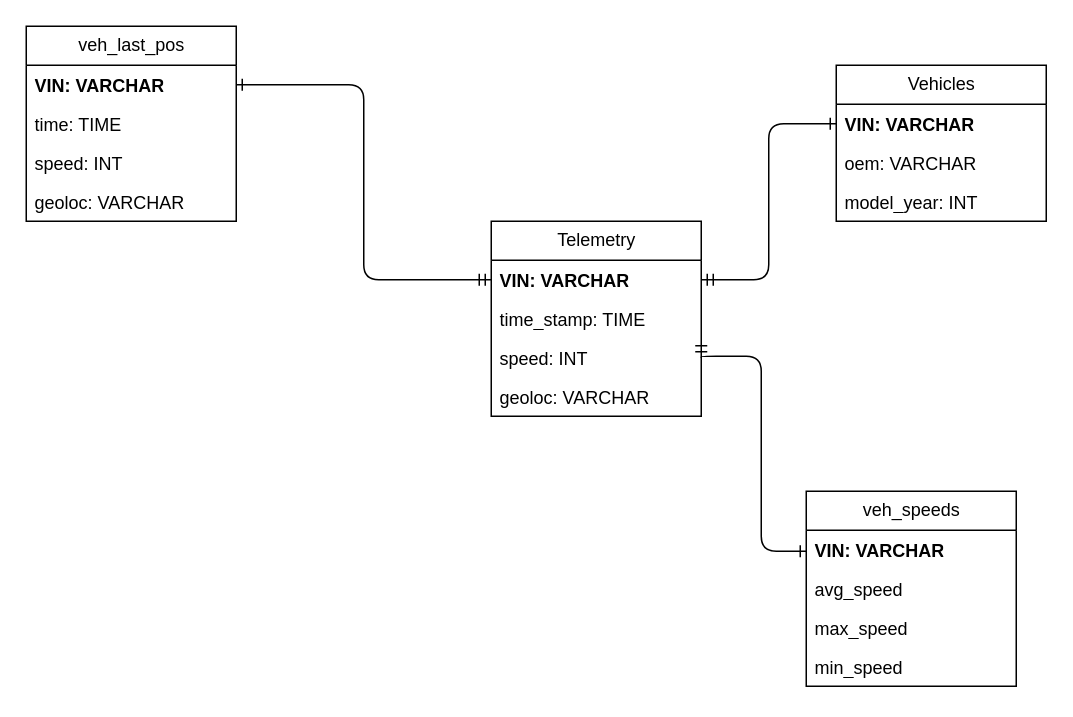
Before: data/dbc_diagram.drawio in za250120548/ProyectoFinal_BigData, a draw.io diagram. Source tidied: cells renumbered, new cells numbered last; positions are measured from the earlier drawing's top-left corner, leaving out a move shared by most shapes. Both pictures are drawn from the tidied source at 150%, with x=0, y=0 at pixel (26, 26).
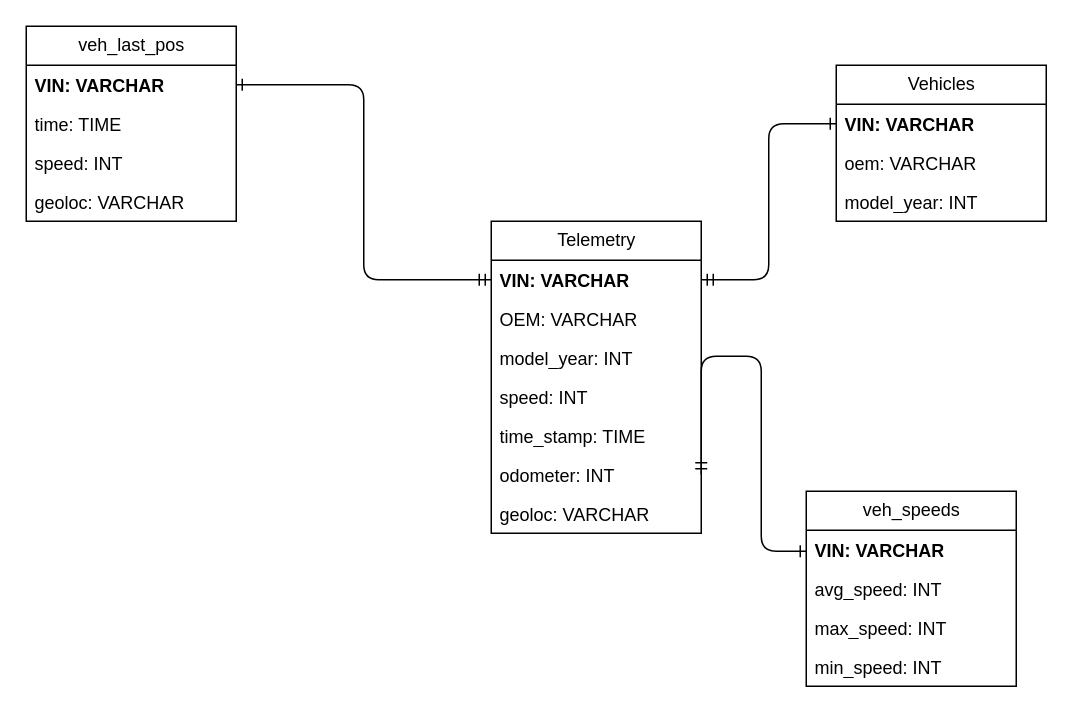
After the change.

Unchanged cells that the change refers to:
```xml
<mxCell id="16" value="veh_speeds" style="swimlane;fontStyle=0;horizontal=1;startSize=26;fillColor=none;html=1;" parent="1" vertex="1">
  <mxGeometry x="520" y="310" width="140" height="130" as="geometry" />
</mxCell>
```

What changed in the source:
```diff
@@
     <mxCell id="6" value="Telemetry" style="swimlane;fontStyle=0;horizontal=1;startSize=26;fillColor=none;html=1;" parent="1" vertex="1">
-      <mxGeometry x="310" y="130" width="140" height="130" as="geometry" />
+      <mxGeometry x="310" y="130" width="140" height="208" as="geometry" />
     </mxCell>
@@
+    <mxCell id="24" value="OEM: VARCHAR" style="text;strokeColor=none;fillColor=none;align=left;verticalAlign=top;spacingLeft=4;spacingRight=4;overflow=hidden;whiteSpace=wrap;html=1;" parent="6" vertex="1">
+      <mxGeometry y="52" width="140" height="26" as="geometry" />
+    </mxCell>
+    <mxCell id="25" value="model_year: INT" style="text;strokeColor=none;fillColor=none;align=left;verticalAlign=top;spacingLeft=4;spacingRight=4;overflow=hidden;whiteSpace=wrap;html=1;" parent="6" vertex="1">
+      <mxGeometry y="78" width="140" height="26" as="geometry" />
+    </mxCell>
+    <mxCell id="26" value="speed: INT" style="text;strokeColor=none;fillColor=none;align=left;verticalAlign=top;spacingLeft=4;spacingRight=4;overflow=hidden;whiteSpace=wrap;html=1;" parent="6" vertex="1">
+      <mxGeometry y="104" width="140" height="26" as="geometry" />
+    </mxCell>
     <mxCell id="8" value="time_stamp: TIME" style="text;strokeColor=none;fillColor=none;align=left;verticalAlign=top;spacingLeft=4;spacingRight=4;overflow=hidden;whiteSpace=wrap;html=1;" parent="6" vertex="1">
-      <mxGeometry y="52" width="140" height="26" as="geometry" />
+      <mxGeometry y="130" width="140" height="26" as="geometry" />
     </mxCell>
-    <mxCell id="9" value="speed: INT" style="text;strokeColor=none;fillColor=none;align=left;verticalAlign=top;spacingLeft=4;spacingRight=4;overflow=hidden;points=[[0,0.5],[1,0.5]];portConstraint=eastwest;whiteSpace=wrap;html=1;" parent="6" vertex="1">
-      <mxGeometry y="78" width="140" height="26" as="geometry" />
+    <mxCell id="9" value="odometer: INT" style="text;strokeColor=none;fillColor=none;align=left;verticalAlign=top;spacingLeft=4;spacingRight=4;overflow=hidden;points=[[0,0.5],[1,0.5]];portConstraint=eastwest;whiteSpace=wrap;html=1;" parent="6" vertex="1">
+      <mxGeometry y="156" width="140" height="26" as="geometry" />
     </mxCell>
     <mxCell id="10" value="geoloc: VARCHAR" style="text;strokeColor=none;fillColor=none;align=left;verticalAlign=top;spacingLeft=4;spacingRight=4;overflow=hidden;whiteSpace=wrap;html=1;" parent="6" vertex="1">
-      <mxGeometry y="104" width="140" height="26" as="geometry" />
+      <mxGeometry y="182" width="140" height="26" as="geometry" />
     </mxCell>
@@
-    <mxCell id="18" value="avg_speed" style="text;strokeColor=none;fillColor=none;align=left;verticalAlign=top;spacingLeft=4;spacingRight=4;overflow=hidden;whiteSpace=wrap;html=1;" parent="16" vertex="1">
+    <mxCell id="18" value="avg_speed: INT" style="text;strokeColor=none;fillColor=none;align=left;verticalAlign=top;spacingLeft=4;spacingRight=4;overflow=hidden;whiteSpace=wrap;html=1;" parent="16" vertex="1">
       <mxGeometry y="52" width="140" height="26" as="geometry" />
     </mxCell>
-    <mxCell id="19" value="max_speed" style="text;strokeColor=none;fillColor=none;align=left;verticalAlign=top;spacingLeft=4;spacingRight=4;overflow=hidden;whiteSpace=wrap;html=1;" parent="16" vertex="1">
+    <mxCell id="19" value="max_speed: INT" style="text;strokeColor=none;fillColor=none;align=left;verticalAlign=top;spacingLeft=4;spacingRight=4;overflow=hidden;whiteSpace=wrap;html=1;" parent="16" vertex="1">
       <mxGeometry y="78" width="140" height="26" as="geometry" />
     </mxCell>
-    <mxCell id="20" value="min_speed" style="text;strokeColor=none;fillColor=none;align=left;verticalAlign=top;spacingLeft=4;spacingRight=4;overflow=hidden;whiteSpace=wrap;html=1;" parent="16" vertex="1">
+    <mxCell id="20" value="min_speed: INT" style="text;strokeColor=none;fillColor=none;align=left;verticalAlign=top;spacingLeft=4;spacingRight=4;overflow=hidden;whiteSpace=wrap;html=1;" parent="16" vertex="1">
       <mxGeometry y="104" width="140" height="26" as="geometry" />
     </mxCell>
```
